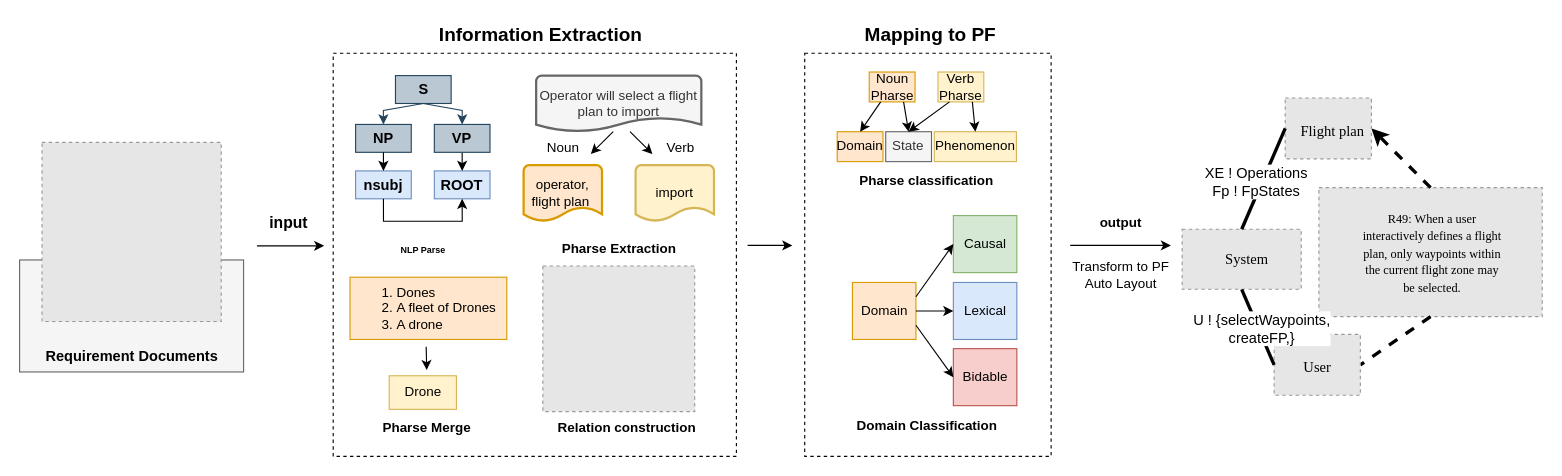
The draw.io diagram 技术路线.drawio in chenxuansoeasy/pfvue, before the edit. Source tidied: cells renumbered, new cells numbered last; positions are measured from the earlier drawing's top-left corner, leaving out a move shared by most shapes. Both pictures are drawn from the tidied source at 112%, with x=0, y=0 at pixel (19, 19). Pictures stored in the file or linked from it are replaced by grey dashed boxes.
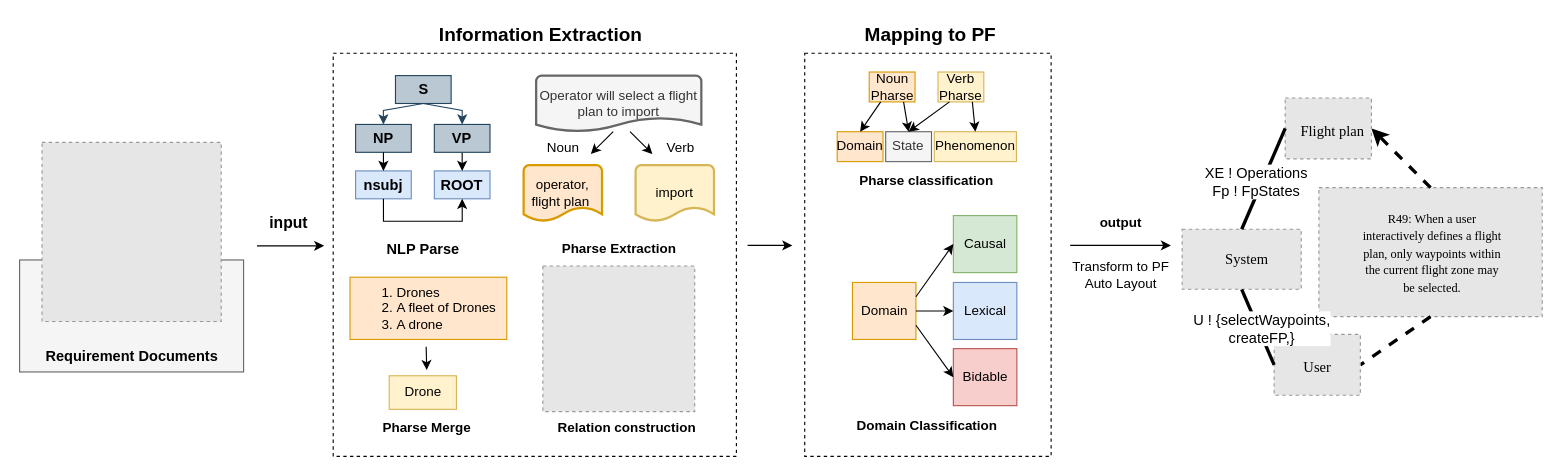
The same diagram, later.

Commit message:
更新技术路线.drawio

Unchanged cells that the change refers to:
```xml
<mxCell id="23" style="group;dashed=1;" parent="1" vertex="1">
  <mxGeometry x="280" width="355" height="385" as="geometry" />
</mxCell>
```

Diff of the diagram source:
```diff
@@
-    <mxCell id="36" value="&lt;font style=&quot;font-size: 8px;&quot;&gt;&lt;b&gt;NLP Parse&lt;/b&gt;&lt;/font&gt;" style="text;html=1;align=center;verticalAlign=middle;strokeColor=none;fillColor=none;fontSize=10;" parent="23" vertex="1">
-      <mxGeometry x="40" y="190" width="80" height="30" as="geometry" />
+    <mxCell id="36" value="&lt;font style=&quot;font-size: 13px;&quot;&gt;&lt;b style=&quot;font-size: 13px;&quot;&gt;NLP Parse&lt;/b&gt;&lt;/font&gt;" style="text;html=1;align=center;verticalAlign=middle;strokeColor=none;fillColor=none;fontSize=13;" parent="23" vertex="1">
+      <mxGeometry x="35" y="190" width="90" height="30" as="geometry" />
     </mxCell>
@@
-    <mxCell id="46" value="&lt;ol&gt;&lt;li&gt;Dones&lt;/li&gt;&lt;li&gt;A fleet of Drones&lt;/li&gt;&lt;li&gt;A drone&lt;/li&gt;&lt;/ol&gt;" style="whiteSpace=wrap;html=1;align=left;fillColor=#ffe6cc;strokeColor=#d79b00;" parent="23" vertex="1">
+    <mxCell id="46" value="&lt;ol&gt;&lt;li&gt;Drones&lt;/li&gt;&lt;li&gt;A fleet of Drones&lt;/li&gt;&lt;li&gt;A drone&lt;/li&gt;&lt;/ol&gt;" style="whiteSpace=wrap;html=1;align=left;fillColor=#ffe6cc;strokeColor=#d79b00;" parent="23" vertex="1">
       <mxGeometry x="15" y="230" width="140" height="55.6" as="geometry" />
     </mxCell>
```
